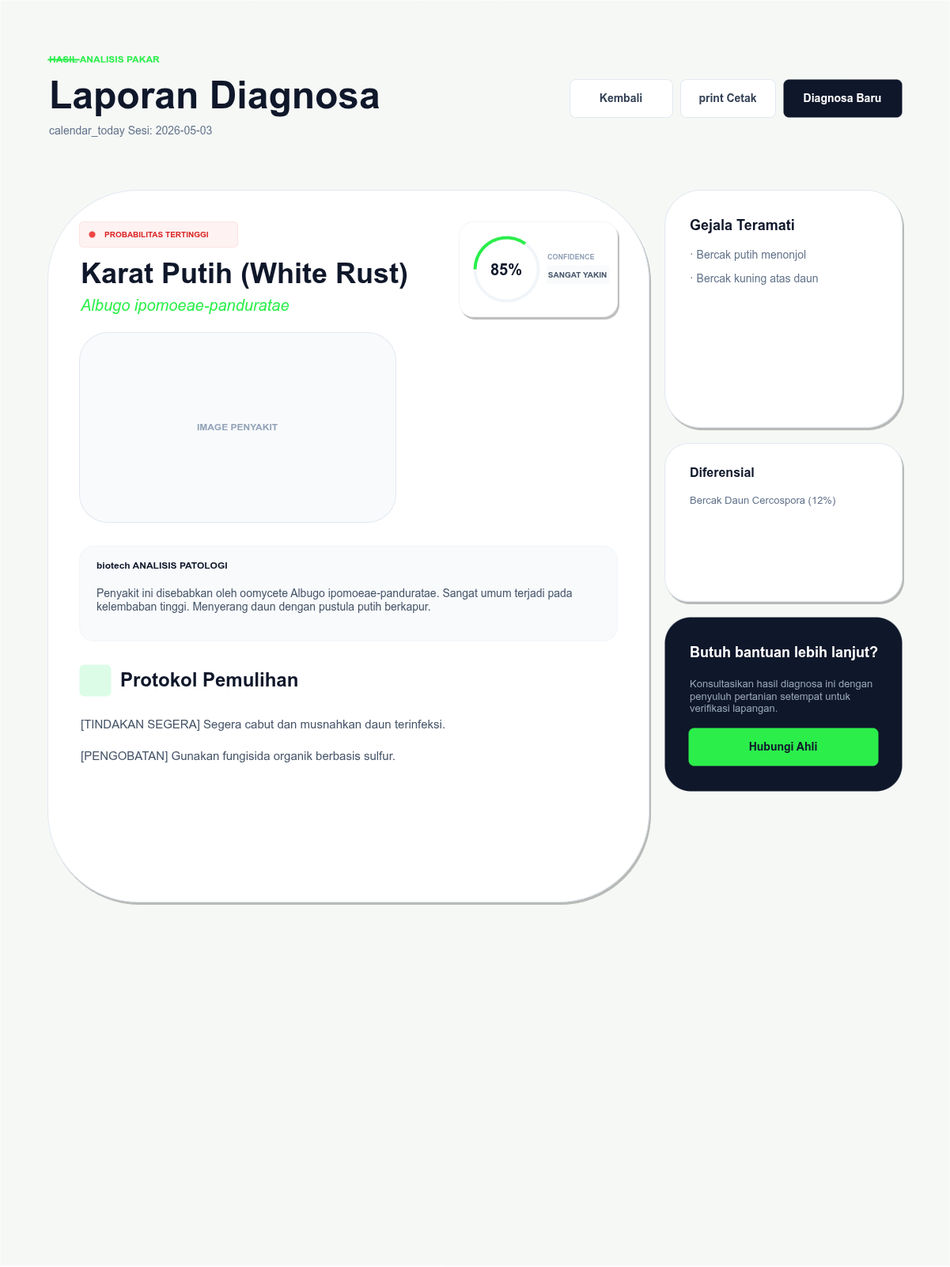
Above: diagram/desain/hasil_diagnosa.png in RajaSunrise/kangkungku (draw.io), before the change. Source tidied: cells renumbered, new cells last; positions are measured from the earlier drawing's top-left corner, leaving out a move shared by most shapes.
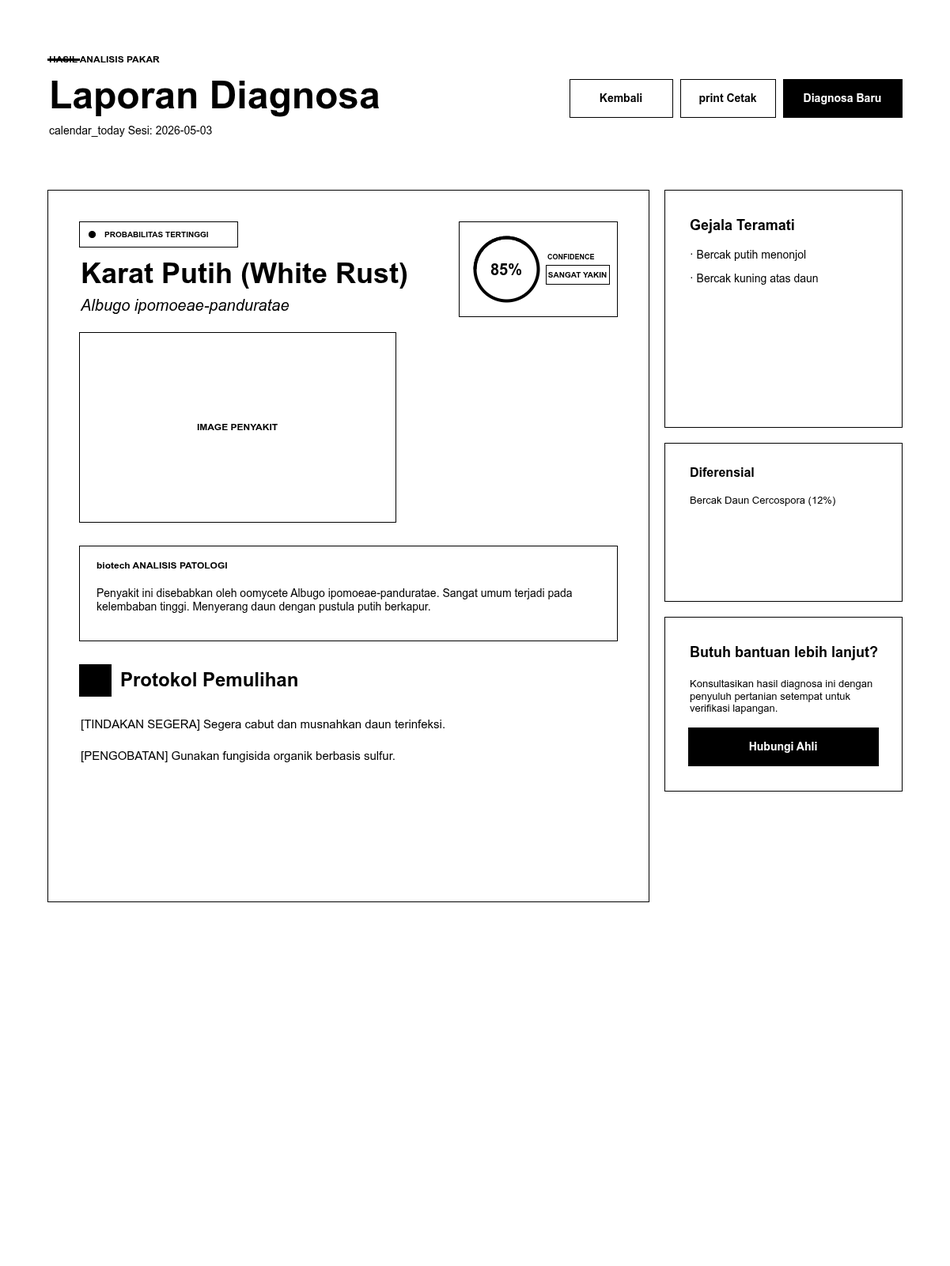
After the commit.

What changed in the source:
```diff
@@ -2,124 +2,124 @@
   <root>
     <mxCell id="0" />
     <mxCell id="1" parent="0" />
-    <mxCell id="2" style="rounded=0;whiteSpace=wrap;html=1;fillColor=#f6f8f6;strokeColor=none;" parent="1" vertex="1">
+    <mxCell id="2" style="rounded=0;whiteSpace=wrap;html=1;fillColor=#FFFFFF;strokeColor=none;" parent="1" vertex="1">
       <mxGeometry width="1200" height="1600" as="geometry" />
     </mxCell>
-    <mxCell id="3" value="HASIL ANALISIS PAKAR" style="text;html=1;strokeColor=none;fillColor=none;align=left;verticalAlign=middle;whiteSpace=wrap;rounded=0;fontColor=#2bee4b;fontSize=12;fontStyle=1;letterSpacing=0.2em;" parent="1" vertex="1">
+    <mxCell id="3" value="HASIL ANALISIS PAKAR" style="text;html=1;strokeColor=none;fillColor=none;align=left;verticalAlign=middle;whiteSpace=wrap;rounded=0;fontColor=#000000;fontSize=12;fontStyle=1;letterSpacing=0.2em;" parent="1" vertex="1">
       <mxGeometry x="60" y="60" width="300" height="30" as="geometry" />
     </mxCell>
-    <mxCell id="4" style="rounded=1;whiteSpace=wrap;html=1;fillColor=#2bee4b;strokeColor=none;" parent="1" vertex="1">
+    <mxCell id="4" style="rounded=0;whiteSpace=wrap;html=1;fillColor=#000000;strokeColor=#000000;" parent="1" vertex="1">
       <mxGeometry x="60" y="74" width="40" height="2" as="geometry" />
     </mxCell>
-    <mxCell id="5" value="Laporan Diagnosa" style="text;html=1;strokeColor=none;fillColor=none;align=left;verticalAlign=middle;whiteSpace=wrap;rounded=0;fontColor=#0f172a;fontSize=48;fontStyle=1;" parent="1" vertex="1">
+    <mxCell id="5" value="Laporan Diagnosa" style="text;html=1;strokeColor=none;fillColor=none;align=left;verticalAlign=middle;whiteSpace=wrap;rounded=0;fontColor=#000000;fontSize=48;fontStyle=1;" parent="1" vertex="1">
       <mxGeometry x="60" y="90" width="600" height="60" as="geometry" />
     </mxCell>
-    <mxCell id="6" value="calendar_today  Sesi: 2026-05-03" style="text;html=1;strokeColor=none;fillColor=none;align=left;verticalAlign=middle;whiteSpace=wrap;rounded=0;fontColor=#64748b;fontSize=14;" parent="1" vertex="1">
+    <mxCell id="6" value="calendar_today  Sesi: 2026-05-03" style="text;html=1;strokeColor=none;fillColor=none;align=left;verticalAlign=middle;whiteSpace=wrap;rounded=0;fontColor=#000000;fontSize=14;" parent="1" vertex="1">
       <mxGeometry x="60" y="150" width="300" height="30" as="geometry" />
     </mxCell>
-    <mxCell id="7" value="Kembali" style="rounded=1;whiteSpace=wrap;html=1;fillColor=#FFFFFF;strokeColor=#e2e8f0;fontColor=#334155;fontStyle=1;fontSize=14;" parent="1" vertex="1">
+    <mxCell id="7" value="Kembali" style="rounded=0;whiteSpace=wrap;html=1;fillColor=#FFFFFF;strokeColor=#000000;fontColor=#000000;fontStyle=1;fontSize=14;" parent="1" vertex="1">
       <mxGeometry x="720" y="100" width="130" height="48" as="geometry" />
     </mxCell>
-    <mxCell id="8" value="print  Cetak" style="rounded=1;whiteSpace=wrap;html=1;fillColor=#FFFFFF;strokeColor=#e2e8f0;fontColor=#334155;fontStyle=1;fontSize=14;" parent="1" vertex="1">
+    <mxCell id="8" value="print  Cetak" style="rounded=0;whiteSpace=wrap;html=1;fillColor=#FFFFFF;strokeColor=#000000;fontColor=#000000;fontStyle=1;fontSize=14;" parent="1" vertex="1">
       <mxGeometry x="860" y="100" width="120" height="48" as="geometry" />
     </mxCell>
-    <mxCell id="9" value="Diagnosa Baru" style="rounded=1;whiteSpace=wrap;html=1;fillColor=#0f172a;strokeColor=none;fontColor=#FFFFFF;fontStyle=1;fontSize=14;" parent="1" vertex="1">
+    <mxCell id="9" value="Diagnosa Baru" style="rounded=0;whiteSpace=wrap;html=1;fillColor=#000000;strokeColor=#000000;fontColor=#FFFFFF;fontStyle=1;fontSize=14;" parent="1" vertex="1">
       <mxGeometry x="990" y="100" width="150" height="48" as="geometry" />
     </mxCell>
-    <mxCell id="10" style="rounded=1;whiteSpace=wrap;html=1;fillColor=#FFFFFF;strokeColor=#e2e8f0;shadow=1;" parent="1" vertex="1">
+    <mxCell id="10" style="rounded=0;whiteSpace=wrap;html=1;fillColor=#FFFFFF;strokeColor=#000000;" parent="1" vertex="1">
       <mxGeometry x="60" y="240" width="760" height="900" as="geometry" />
     </mxCell>
-    <mxCell id="11" style="rounded=1;whiteSpace=wrap;html=1;fillColor=#fef2f2;strokeColor=#fee2e2;" parent="1" vertex="1">
+    <mxCell id="11" style="rounded=0;whiteSpace=wrap;html=1;fillColor=#FFFFFF;strokeColor=#000000;" parent="1" vertex="1">
       <mxGeometry x="100" y="280" width="200" height="32" as="geometry" />
     </mxCell>
-    <mxCell id="12" style="ellipse;whiteSpace=wrap;html=1;fillColor=#ef4444;strokeColor=none;" parent="1" vertex="1">
+    <mxCell id="12" style="ellipse;whiteSpace=wrap;html=1;fillColor=#000000;strokeColor=#000000;" parent="1" vertex="1">
       <mxGeometry x="112" y="292" width="8" height="8" as="geometry" />
     </mxCell>
-    <mxCell id="13" value="PROBABILITAS TERTINGGI" style="text;html=1;strokeColor=none;fillColor=none;align=left;verticalAlign=middle;whiteSpace=wrap;rounded=0;fontColor=#dc2626;fontSize=10;fontStyle=1;letterSpacing=0.1em;" parent="1" vertex="1">
+    <mxCell id="13" value="PROBABILITAS TERTINGGI" style="text;html=1;strokeColor=none;fillColor=none;align=left;verticalAlign=middle;whiteSpace=wrap;rounded=0;fontColor=#000000;fontSize=10;fontStyle=1;letterSpacing=0.1em;" parent="1" vertex="1">
       <mxGeometry x="130" y="280" width="160" height="32" as="geometry" />
     </mxCell>
-    <mxCell id="14" value="Karat Putih (White Rust)" style="text;html=1;strokeColor=none;fillColor=none;align=left;verticalAlign=middle;whiteSpace=wrap;rounded=0;fontColor=#0f172a;fontSize=36;fontStyle=1;" parent="1" vertex="1">
+    <mxCell id="14" value="Karat Putih (White Rust)" style="text;html=1;strokeColor=none;fillColor=none;align=left;verticalAlign=middle;whiteSpace=wrap;rounded=0;fontColor=#000000;fontSize=36;fontStyle=1;" parent="1" vertex="1">
       <mxGeometry x="100" y="320" width="500" height="50" as="geometry" />
     </mxCell>
-    <mxCell id="15" value="Albugo ipomoeae-panduratae" style="text;html=1;strokeColor=none;fillColor=none;align=left;verticalAlign=middle;whiteSpace=wrap;rounded=0;fontColor=#2bee4b;fontSize=20;fontStyle=1;fontStyle=2;" parent="1" vertex="1">
+    <mxCell id="15" value="Albugo ipomoeae-panduratae" style="text;html=1;strokeColor=none;fillColor=none;align=left;verticalAlign=middle;whiteSpace=wrap;rounded=0;fontColor=#000000;fontSize=20;fontStyle=2;" parent="1" vertex="1">
       <mxGeometry x="100" y="370" width="400" height="30" as="geometry" />
     </mxCell>
-    <mxCell id="16" style="rounded=1;whiteSpace=wrap;html=1;fillColor=#FFFFFF;strokeColor=#f1f5f9;shadow=1;" parent="1" vertex="1">
+    <mxCell id="16" style="rounded=0;whiteSpace=wrap;html=1;fillColor=#FFFFFF;strokeColor=#000000;" parent="1" vertex="1">
       <mxGeometry x="580" y="280" width="200" height="120" as="geometry" />
     </mxCell>
-    <mxCell id="17" style="ellipse;whiteSpace=wrap;html=1;fillColor=none;strokeColor=#f1f5f9;strokeWidth=4;" parent="1" vertex="1">
+    <mxCell id="17" style="ellipse;whiteSpace=wrap;html=1;fillColor=none;strokeColor=#000000;strokeWidth=4;" parent="1" vertex="1">
       <mxGeometry x="600" y="300" width="80" height="80" as="geometry" />
     </mxCell>
-    <mxCell id="18" style="verticalLabelPosition=bottom;verticalAlign=top;html=1;shape=mxgraph.basic.arc;startAngle=0.75;endAngle=0.1;fillColor=none;strokeColor=#2bee4b;strokeWidth=4;" parent="1" vertex="1">
+    <mxCell id="18" style="verticalLabelPosition=bottom;verticalAlign=top;html=1;shape=mxgraph.basic.arc;startAngle=0.75;endAngle=0.1;fillColor=none;strokeColor=#000000;strokeWidth=4;rounded=0;" parent="1" vertex="1">
       <mxGeometry x="600" y="300" width="80" height="80" as="geometry" />
     </mxCell>
-    <mxCell id="19" value="85%" style="text;html=1;strokeColor=none;fillColor=none;align=center;verticalAlign=middle;whiteSpace=wrap;rounded=0;fontColor=#0f172a;fontSize=20;fontStyle=1;" parent="1" vertex="1">
+    <mxCell id="19" value="85%" style="text;html=1;strokeColor=none;fillColor=none;align=center;verticalAlign=middle;whiteSpace=wrap;rounded=0;fontColor=#000000;fontSize=20;fontStyle=1;" parent="1" vertex="1">
       <mxGeometry x="600" y="300" width="80" height="80" as="geometry" />
     </mxCell>
-    <mxCell id="20" value="CONFIDENCE" style="text;html=1;strokeColor=none;fillColor=none;align=left;verticalAlign=middle;whiteSpace=wrap;rounded=0;fontColor=#94a3b8;fontSize=9;fontStyle=1;letterSpacing=0.1em;" parent="1" vertex="1">
+    <mxCell id="20" value="CONFIDENCE" style="text;html=1;strokeColor=none;fillColor=none;align=left;verticalAlign=middle;whiteSpace=wrap;rounded=0;fontColor=#000000;fontSize=9;fontStyle=1;letterSpacing=0.1em;" parent="1" vertex="1">
       <mxGeometry x="690" y="315" width="80" height="20" as="geometry" />
     </mxCell>
-    <mxCell id="21" value="SANGAT YAKIN" style="rounded=1;whiteSpace=wrap;html=1;fillColor=#f8fafc;strokeColor=none;fontColor=#475569;fontSize=10;fontStyle=1;" parent="1" vertex="1">
+    <mxCell id="21" value="SANGAT YAKIN" style="rounded=0;whiteSpace=wrap;html=1;fillColor=#FFFFFF;strokeColor=#000000;fontColor=#000000;fontSize=10;fontStyle=1;" parent="1" vertex="1">
       <mxGeometry x="690" y="335" width="80" height="24" as="geometry" />
     </mxCell>
-    <mxCell id="22" style="rounded=1;whiteSpace=wrap;html=1;fillColor=#f8fafc;strokeColor=#e2e8f0;" parent="1" vertex="1">
+    <mxCell id="22" style="rounded=0;whiteSpace=wrap;html=1;fillColor=#FFFFFF;strokeColor=#000000;" parent="1" vertex="1">
       <mxGeometry x="100" y="420" width="400" height="240" as="geometry" />
     </mxCell>
-    <mxCell id="23" value="IMAGE PENYAKIT" style="text;html=1;strokeColor=none;fillColor=none;align=center;verticalAlign=middle;whiteSpace=wrap;rounded=0;fontColor=#94a3b8;fontSize=12;fontStyle=1;" parent="1" vertex="1">
+    <mxCell id="23" value="IMAGE PENYAKIT" style="text;html=1;strokeColor=none;fillColor=none;align=center;verticalAlign=middle;whiteSpace=wrap;rounded=0;fontColor=#000000;fontSize=12;fontStyle=1;" parent="1" vertex="1">
       <mxGeometry x="100" y="420" width="400" height="240" as="geometry" />
     </mxCell>
-    <mxCell id="24" style="rounded=1;whiteSpace=wrap;html=1;fillColor=#f8fafc;strokeColor=#f1f5f9;" parent="1" vertex="1">
+    <mxCell id="24" style="rounded=0;whiteSpace=wrap;html=1;fillColor=#FFFFFF;strokeColor=#000000;" parent="1" vertex="1">
       <mxGeometry x="100" y="690" width="680" height="120" as="geometry" />
     </mxCell>
-    <mxCell id="25" value="biotech  ANALISIS PATOLOGI" style="text;html=1;strokeColor=none;fillColor=none;align=left;verticalAlign=middle;whiteSpace=wrap;rounded=0;fontColor=#0f172a;fontSize=12;fontStyle=1;letterSpacing=0.1em;" parent="1" vertex="1">
+    <mxCell id="25" value="biotech  ANALISIS PATOLOGI" style="text;html=1;strokeColor=none;fillColor=none;align=left;verticalAlign=middle;whiteSpace=wrap;rounded=0;fontColor=#000000;fontSize=12;fontStyle=1;letterSpacing=0.1em;" parent="1" vertex="1">
       <mxGeometry x="120" y="705" width="200" height="20" as="geometry" />
     </mxCell>
-    <mxCell id="26" value="Penyakit ini disebabkan oleh oomycete Albugo ipomoeae-panduratae. Sangat umum terjadi pada kelembaban tinggi. Menyerang daun dengan pustula putih berkapur." style="text;html=1;strokeColor=none;fillColor=none;align=left;verticalAlign=top;whiteSpace=wrap;rounded=0;fontColor=#475569;fontSize=14;lineHeight=1.5;" parent="1" vertex="1">
+    <mxCell id="26" value="Penyakit ini disebabkan oleh oomycete Albugo ipomoeae-panduratae. Sangat umum terjadi pada kelembaban tinggi. Menyerang daun dengan pustula putih berkapur." style="text;html=1;strokeColor=none;fillColor=none;align=left;verticalAlign=top;whiteSpace=wrap;rounded=0;fontColor=#000000;fontSize=14;lineHeight=1.5;" parent="1" vertex="1">
       <mxGeometry x="120" y="735" width="640" height="60" as="geometry" />
     </mxCell>
-    <mxCell id="27" style="rounded=1;whiteSpace=wrap;html=1;fillColor=#dcfce7;strokeColor=none;" parent="1" vertex="1">
+    <mxCell id="27" style="rounded=0;whiteSpace=wrap;html=1;fillColor=#000000;strokeColor=#000000;" parent="1" vertex="1">
       <mxGeometry x="100" y="840" width="40" height="40" as="geometry" />
     </mxCell>
-    <mxCell id="28" value="Protokol Pemulihan" style="text;html=1;strokeColor=none;fillColor=none;align=left;verticalAlign=middle;whiteSpace=wrap;rounded=0;fontColor=#0f172a;fontSize=24;fontStyle=1;" parent="1" vertex="1">
+    <mxCell id="28" value="Protokol Pemulihan" style="text;html=1;strokeColor=none;fillColor=none;align=left;verticalAlign=middle;whiteSpace=wrap;rounded=0;fontColor=#000000;fontSize=24;fontStyle=1;" parent="1" vertex="1">
       <mxGeometry x="150" y="840" width="300" height="40" as="geometry" />
     </mxCell>
-    <mxCell id="29" value="[TINDAKAN SEGERA] Segera cabut dan musnahkan daun terinfeksi." style="text;html=1;strokeColor=none;fillColor=none;align=left;verticalAlign=top;whiteSpace=wrap;rounded=0;fontColor=#475569;fontSize=15;lineHeight=1.5;" parent="1" vertex="1">
+    <mxCell id="29" value="[TINDAKAN SEGERA] Segera cabut dan musnahkan daun terinfeksi." style="text;html=1;strokeColor=none;fillColor=none;align=left;verticalAlign=top;whiteSpace=wrap;rounded=0;fontColor=#000000;fontSize=15;lineHeight=1.5;" parent="1" vertex="1">
       <mxGeometry x="100" y="900" width="680" height="30" as="geometry" />
     </mxCell>
-    <mxCell id="30" value="[PENGOBATAN] Gunakan fungisida organik berbasis sulfur." style="text;html=1;strokeColor=none;fillColor=none;align=left;verticalAlign=top;whiteSpace=wrap;rounded=0;fontColor=#475569;fontSize=15;lineHeight=1.5;" parent="1" vertex="1">
+    <mxCell id="30" value="[PENGOBATAN] Gunakan fungisida organik berbasis sulfur." style="text;html=1;strokeColor=none;fillColor=none;align=left;verticalAlign=top;whiteSpace=wrap;rounded=0;fontColor=#000000;fontSize=15;lineHeight=1.5;" parent="1" vertex="1">
       <mxGeometry x="100" y="940" width="680" height="30" as="geometry" />
     </mxCell>
-    <mxCell id="31" style="rounded=1;whiteSpace=wrap;html=1;fillColor=#FFFFFF;strokeColor=#e2e8f0;shadow=1;" parent="1" vertex="1">
+    <mxCell id="31" style="rounded=0;whiteSpace=wrap;html=1;fillColor=#FFFFFF;strokeColor=#000000;" parent="1" vertex="1">
       <mxGeometry x="840" y="240" width="300" height="300" as="geometry" />
     </mxCell>
-    <mxCell id="32" value="Gejala Teramati" style="text;html=1;strokeColor=none;fillColor=none;align=left;verticalAlign=middle;whiteSpace=wrap;rounded=0;fontColor=#0f172a;fontSize=18;fontStyle=1;" parent="1" vertex="1">
+    <mxCell id="32" value="Gejala Teramati" style="text;html=1;strokeColor=none;fillColor=none;align=left;verticalAlign=middle;whiteSpace=wrap;rounded=0;fontColor=#000000;fontSize=18;fontStyle=1;" parent="1" vertex="1">
       <mxGeometry x="870" y="270" width="200" height="30" as="geometry" />
     </mxCell>
-    <mxCell id="33" value="· Bercak putih menonjol" style="text;html=1;strokeColor=none;fillColor=none;align=left;verticalAlign=middle;whiteSpace=wrap;rounded=0;fontColor=#64748b;fontSize=14;" parent="1" vertex="1">
+    <mxCell id="33" value="· Bercak putih menonjol" style="text;html=1;strokeColor=none;fillColor=none;align=left;verticalAlign=middle;whiteSpace=wrap;rounded=0;fontColor=#000000;fontSize=14;" parent="1" vertex="1">
       <mxGeometry x="870" y="310" width="240" height="24" as="geometry" />
     </mxCell>
-    <mxCell id="34" value="· Bercak kuning atas daun" style="text;html=1;strokeColor=none;fillColor=none;align=left;verticalAlign=middle;whiteSpace=wrap;rounded=0;fontColor=#64748b;fontSize=14;" parent="1" vertex="1">
+    <mxCell id="34" value="· Bercak kuning atas daun" style="text;html=1;strokeColor=none;fillColor=none;align=left;verticalAlign=middle;whiteSpace=wrap;rounded=0;fontColor=#000000;fontSize=14;" parent="1" vertex="1">
       <mxGeometry x="870" y="340" width="240" height="24" as="geometry" />
     </mxCell>
-    <mxCell id="35" style="rounded=1;whiteSpace=wrap;html=1;fillColor=#FFFFFF;strokeColor=#e2e8f0;shadow=1;" parent="1" vertex="1">
+    <mxCell id="35" style="rounded=0;whiteSpace=wrap;html=1;fillColor=#FFFFFF;strokeColor=#000000;" parent="1" vertex="1">
       <mxGeometry x="840" y="560" width="300" height="200" as="geometry" />
     </mxCell>
-    <mxCell id="36" value="Diferensial" style="text;html=1;strokeColor=none;fillColor=none;align=left;verticalAlign=middle;whiteSpace=wrap;rounded=0;fontColor=#0f172a;fontSize=16;fontStyle=1;" parent="1" vertex="1">
+    <mxCell id="36" value="Diferensial" style="text;html=1;strokeColor=none;fillColor=none;align=left;verticalAlign=middle;whiteSpace=wrap;rounded=0;fontColor=#000000;fontSize=16;fontStyle=1;" parent="1" vertex="1">
       <mxGeometry x="870" y="585" width="100" height="24" as="geometry" />
     </mxCell>
-    <mxCell id="37" value="Bercak Daun Cercospora (12%)" style="text;html=1;strokeColor=none;fillColor=none;align=left;verticalAlign=middle;whiteSpace=wrap;rounded=0;fontColor=#64748b;fontSize=13;" parent="1" vertex="1">
+    <mxCell id="37" value="Bercak Daun Cercospora (12%)" style="text;html=1;strokeColor=none;fillColor=none;align=left;verticalAlign=middle;whiteSpace=wrap;rounded=0;fontColor=#000000;fontSize=13;" parent="1" vertex="1">
       <mxGeometry x="870" y="620" width="240" height="24" as="geometry" />
     </mxCell>
-    <mxCell id="38" style="rounded=1;whiteSpace=wrap;html=1;fillColor=#0f172a;strokeColor=none;" parent="1" vertex="1">
+    <mxCell id="38" style="rounded=0;whiteSpace=wrap;html=1;fillColor=#FFFFFF;strokeColor=#000000;" parent="1" vertex="1">
       <mxGeometry x="840" y="780" width="300" height="220" as="geometry" />
     </mxCell>
-    <mxCell id="39" value="Butuh bantuan lebih lanjut?" style="text;html=1;strokeColor=none;fillColor=none;align=left;verticalAlign=middle;whiteSpace=wrap;rounded=0;fontColor=#FFFFFF;fontSize=18;fontStyle=1;" parent="1" vertex="1">
+    <mxCell id="39" value="Butuh bantuan lebih lanjut?" style="text;html=1;strokeColor=none;fillColor=none;align=left;verticalAlign=middle;whiteSpace=wrap;rounded=0;fontColor=#000000;fontSize=18;fontStyle=1;" parent="1" vertex="1">
       <mxGeometry x="870" y="810" width="240" height="30" as="geometry" />
     </mxCell>
-    <mxCell id="40" value="Konsultasikan hasil diagnosa ini dengan penyuluh pertanian setempat untuk verifikasi lapangan." style="text;html=1;strokeColor=none;fillColor=none;align=left;verticalAlign=top;whiteSpace=wrap;rounded=0;fontColor=#94a3b8;fontSize=13;lineHeight=1.4;" parent="1" vertex="1">
+    <mxCell id="40" value="Konsultasikan hasil diagnosa ini dengan penyuluh pertanian setempat untuk verifikasi lapangan." style="text;html=1;strokeColor=none;fillColor=none;align=left;verticalAlign=top;whiteSpace=wrap;rounded=0;fontColor=#000000;fontSize=13;lineHeight=1.4;" parent="1" vertex="1">
       <mxGeometry x="870" y="850" width="240" height="60" as="geometry" />
     </mxCell>
-    <mxCell id="41" value="Hubungi Ahli" style="rounded=1;whiteSpace=wrap;html=1;fillColor=#2bee4b;strokeColor=none;fontColor=#0f172a;fontStyle=1;fontSize=14;" parent="1" vertex="1">
+    <mxCell id="41" value="Hubungi Ahli" style="rounded=0;whiteSpace=wrap;html=1;fillColor=#000000;strokeColor=#000000;fontColor=#FFFFFF;fontStyle=1;fontSize=14;" parent="1" vertex="1">
       <mxGeometry x="870" y="920" width="240" height="48" as="geometry" />
     </mxCell>
   </root>
```
